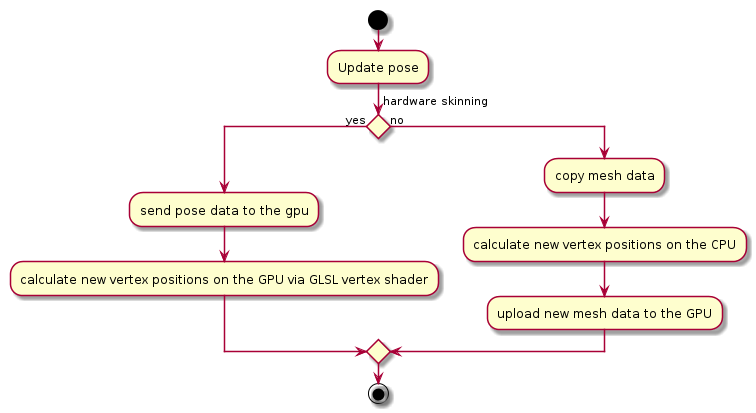
Before: uml/skinned_update.png, a diagram exported from PlantUML (Moguri/thesis). Source of this version:
```plantuml
@startuml
start

:Update pose;

if (hardware skinning) then (yes)
	:send pose data to the gpu;
	:calculate new vertex positions on the GPU via GLSL vertex shader;
else (no)
	:copy mesh data;
	:calculate new vertex positions on the CPU;
	:upload new mesh data to the GPU;
endif

stop

@enduml
```
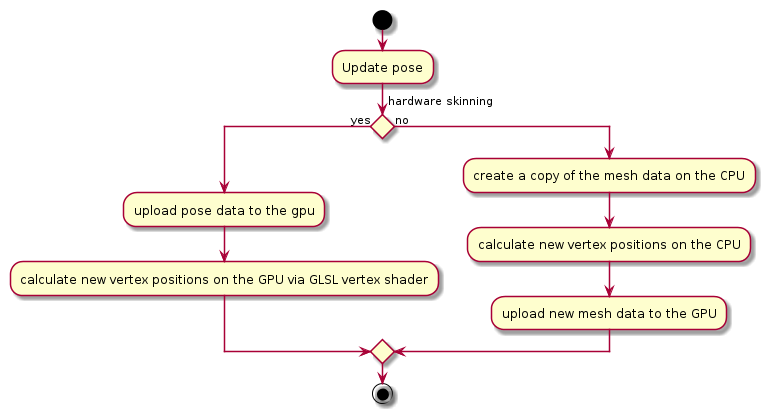
The same file after the commit.

What changed in the source:
```diff
@@ -4,10 +4,10 @@
 :Update pose;
 
 if (hardware skinning) then (yes)
-	:send pose data to the gpu;
+	:upload pose data to the gpu;
 	:calculate new vertex positions on the GPU via GLSL vertex shader;
 else (no)
-	:copy mesh data;
+	:create a copy of the mesh data on the CPU;
 	:calculate new vertex positions on the CPU;
 	:upload new mesh data to the GPU;
 endif
```
